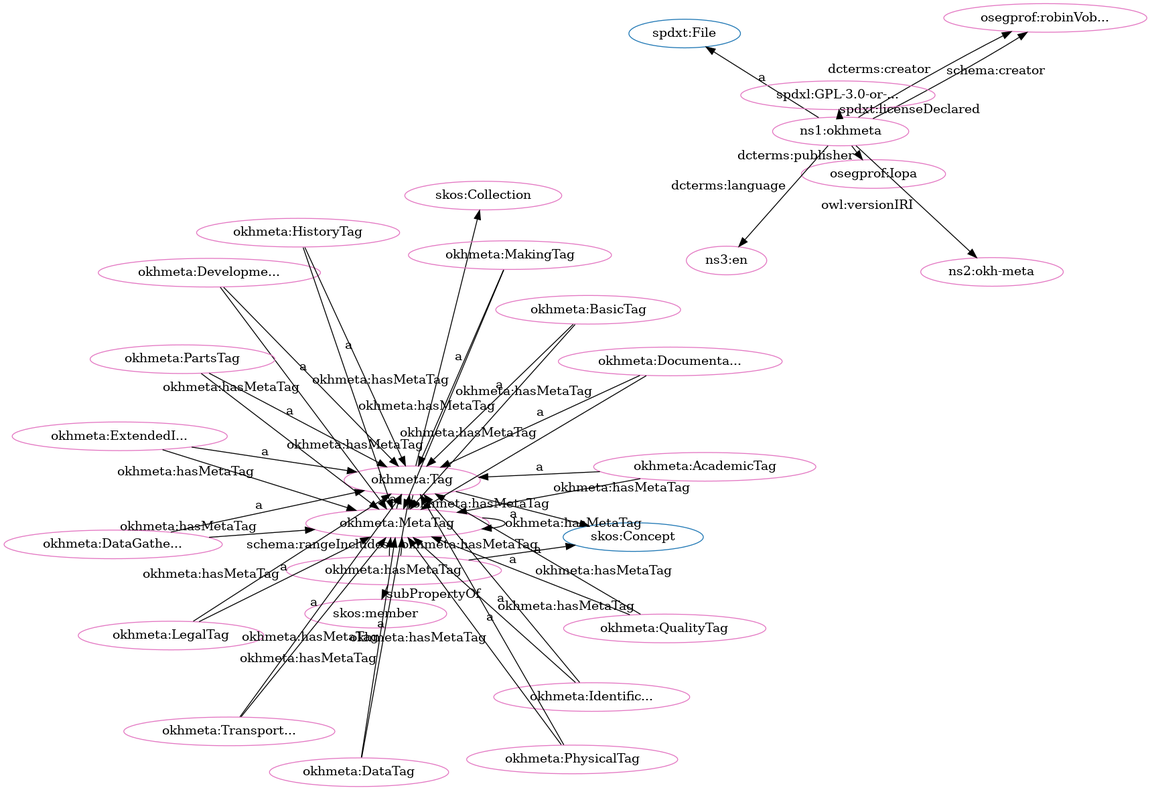
Earlier version of the Graphviz export src/spec/dot_okh-meta-clean.png (iop-alliance/OpenKnowHow). Its source is kept beside it as src/spec/dot_okh-meta-clean.dot.
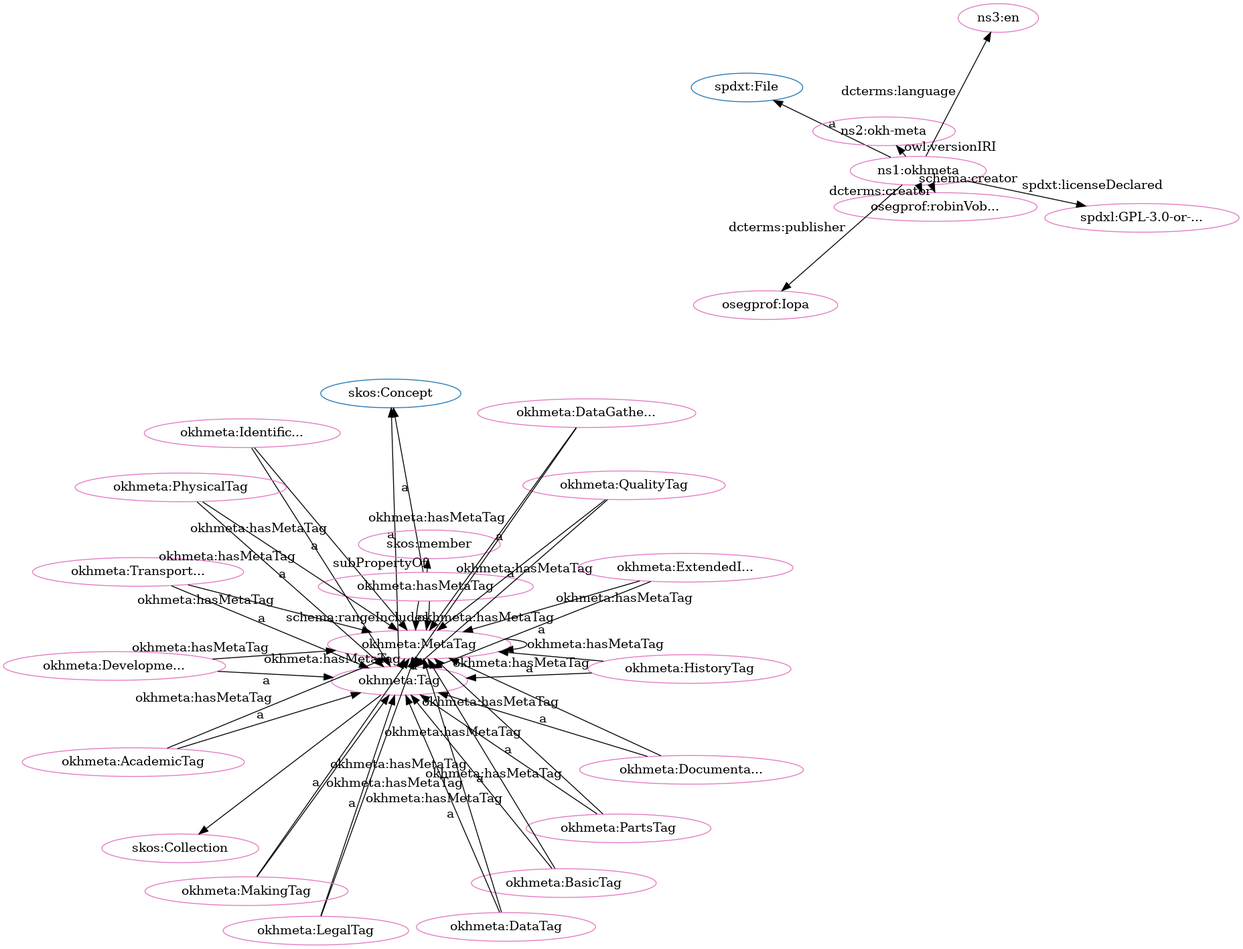
Later version of the same file.

Diff of the diagram source:
```diff
@@ -1,81 +1,81 @@
 digraph G {
   rankdir=BT
   node[height=.3]
+"https://w3id.org/oseg/ont/okhmeta#Tag" [fillcolor="#1f77b4" color="#1f77b4" label="okhmeta:Tag"]
+"https://w3id.org/oseg/ont/okhmeta#MetaTag" [fillcolor="#1f77b4" color="#1f77b4" label="okhmeta:MetaTag"]
+"http://www.w3.org/2004/02/skos/core#Collection" [fillcolor="#1f77b4" color="#1f77b4" label="skos:Collection"]
+"http://www.w3.org/2004/02/skos/core#Concept" [fillcolor="#1f77b4" color="#1f77b4" label="skos:Concept"]
 "http://spdx.org/rdf/terms#File" [fillcolor="#1f77b4" color="#1f77b4" label="spdxt:File"]
-"https://w3id.org/oseg/ont/okhmeta#Tag" [fillcolor="#1f77b4" color="#1f77b4" label="okhmeta:Tag"]
-"http://www.w3.org/2004/02/skos/core#Collection" [fillcolor="#1f77b4" color="#1f77b4" label="skos:Collection"]
-"https://w3id.org/oseg/ont/okhmeta#MetaTag" [fillcolor="#1f77b4" color="#1f77b4" label="okhmeta:MetaTag"]
-"http://www.w3.org/2004/02/skos/core#Concept" [fillcolor="#1f77b4" color="#1f77b4" label="skos:Concept"]
+"https://w3id.org/oseg/ont/oseg-profiles#robinVobruba" [fillcolor="#e377c2" color="#e377c2" label="osegprof:robinVob..."]
+"https://w3id.org/oseg/ont/okhmeta" [fillcolor="#e377c2" color="#e377c2" label="ns1:okhmeta"]
+"https://w3id.org/oseg/ont/okhmeta#MetaTag" [fillcolor="#e377c2" color="#e377c2" label="okhmeta:MetaTag"]
+"https://w3id.org/oseg/ont/okhmeta#PartsTag" [fillcolor="#e377c2" color="#e377c2" label="okhmeta:PartsTag"]
+"https://w3id.org/oseg/ont/okhmeta#LegalTag" [fillcolor="#e377c2" color="#e377c2" label="okhmeta:LegalTag"]
+"https://w3id.org/oseg/ont/okhmeta#MakingTag" [fillcolor="#e377c2" color="#e377c2" label="okhmeta:MakingTag"]
+"https://w3id.org/oseg/ont/1.1.0/okh-meta" [fillcolor="#e377c2" color="#e377c2" label="ns2:okh-meta"]
 "https://w3id.org/oseg/ont/okhmeta#BasicTag" [fillcolor="#e377c2" color="#e377c2" label="okhmeta:BasicTag"]
-"https://w3id.org/oseg/ont/okhmeta#MetaTag" [fillcolor="#e377c2" color="#e377c2" label="okhmeta:MetaTag"]
+"https://w3id.org/oseg/ont/okhmeta#IdentificationTag" [fillcolor="#e377c2" color="#e377c2" label="okhmeta:Identific..."]
+"https://w3id.org/oseg/ont/okhmeta#AcademicTag" [fillcolor="#e377c2" color="#e377c2" label="okhmeta:AcademicTag"]
+"https://w3id.org/oseg/ont/okhmeta#HistoryTag" [fillcolor="#e377c2" color="#e377c2" label="okhmeta:HistoryTag"]
+"http://www.w3.org/2004/02/skos/core#Collection" [fillcolor="#e377c2" color="#e377c2" label="skos:Collection"]
+"https://w3id.org/oseg/ont/okhmeta#Tag" [fillcolor="#e377c2" color="#e377c2" label="okhmeta:Tag"]
+"https://spdx.org/licenses/GPL-3.0-or-later" [fillcolor="#e377c2" color="#e377c2" label="spdxl:GPL-3.0-or-..."]
+"https://w3id.org/oseg/ont/okhmeta#TransportationTag" [fillcolor="#e377c2" color="#e377c2" label="okhmeta:Transport..."]
+"https://w3id.org/oseg/ont/okhmeta#hasMetaTag" [fillcolor="#e377c2" color="#e377c2" label="okhmeta:hasMetaTag"]
 "https://w3id.org/oseg/ont/okhmeta#ExtendedInfoTag" [fillcolor="#e377c2" color="#e377c2" label="okhmeta:ExtendedI..."]
+"http://www.w3.org/2004/02/skos/core#member" [fillcolor="#e377c2" color="#e377c2" label="skos:member"]
+"https://w3id.org/oseg/ont/okhmeta#DocumentationTag" [fillcolor="#e377c2" color="#e377c2" label="okhmeta:Documenta..."]
+"https://w3id.org/oseg/ont/okhmeta#DataTag" [fillcolor="#e377c2" color="#e377c2" label="okhmeta:DataTag"]
+"http://id.loc.gov/vocabulary/iso639-1/en" [fillcolor="#e377c2" color="#e377c2" label="ns3:en"]
+"https://w3id.org/oseg/ont/okhmeta#PhysicalTag" [fillcolor="#e377c2" color="#e377c2" label="okhmeta:PhysicalTag"]
+"https://w3id.org/oseg/ont/oseg-profiles#Iopa" [fillcolor="#e377c2" color="#e377c2" label="osegprof:Iopa"]
 "https://w3id.org/oseg/ont/okhmeta#DevelopmentTag" [fillcolor="#e377c2" color="#e377c2" label="okhmeta:Developme..."]
 "https://w3id.org/oseg/ont/okhmeta#QualityTag" [fillcolor="#e377c2" color="#e377c2" label="okhmeta:QualityTag"]
-"https://w3id.org/oseg/ont/oseg-profiles#robinVobruba" [fillcolor="#e377c2" color="#e377c2" label="osegprof:robinVob..."]
-"https://w3id.org/oseg/ont/okhmeta#hasMetaTag" [fillcolor="#e377c2" color="#e377c2" label="okhmeta:hasMetaTag"]
-"https://w3id.org/oseg/ont/okhmeta#IdentificationTag" [fillcolor="#e377c2" color="#e377c2" label="okhmeta:Identific..."]
-"https://w3id.org/oseg/ont/okhmeta#PhysicalTag" [fillcolor="#e377c2" color="#e377c2" label="okhmeta:PhysicalTag"]
-"https://w3id.org/oseg/ont/okhmeta#HistoryTag" [fillcolor="#e377c2" color="#e377c2" label="okhmeta:HistoryTag"]
-"https://w3id.org/oseg/ont/okhmeta#MakingTag" [fillcolor="#e377c2" color="#e377c2" label="okhmeta:MakingTag"]
-"https://w3id.org/oseg/ont/okhmeta#DocumentationTag" [fillcolor="#e377c2" color="#e377c2" label="okhmeta:Documenta..."]
-"https://w3id.org/oseg/ont/oseg-profiles#Iopa" [fillcolor="#e377c2" color="#e377c2" label="osegprof:Iopa"]
 "https://w3id.org/oseg/ont/okhmeta#DataGatheringTag" [fillcolor="#e377c2" color="#e377c2" label="okhmeta:DataGathe..."]
-"http://www.w3.org/2004/02/skos/core#Collection" [fillcolor="#e377c2" color="#e377c2" label="skos:Collection"]
-"https://w3id.org/oseg/ont/okhmeta#Tag" [fillcolor="#e377c2" color="#e377c2" label="okhmeta:Tag"]
-"http://www.w3.org/2004/02/skos/core#member" [fillcolor="#e377c2" color="#e377c2" label="skos:member"]
-"https://w3id.org/oseg/ont/okhmeta#LegalTag" [fillcolor="#e377c2" color="#e377c2" label="okhmeta:LegalTag"]
-"https://w3id.org/oseg/ont/okhmeta" [fillcolor="#e377c2" color="#e377c2" label="ns1:okhmeta"]
-"https://w3id.org/oseg/ont/okhmeta#TransportationTag" [fillcolor="#e377c2" color="#e377c2" label="okhmeta:Transport..."]
-"https://w3id.org/oseg/ont/1.1.0/okh-meta" [fillcolor="#e377c2" color="#e377c2" label="ns2:okh-meta"]
-"https://w3id.org/oseg/ont/okhmeta#DataTag" [fillcolor="#e377c2" color="#e377c2" label="okhmeta:DataTag"]
-"https://spdx.org/licenses/GPL-3.0-or-later" [fillcolor="#e377c2" color="#e377c2" label="spdxl:GPL-3.0-or-..."]
-"https://w3id.org/oseg/ont/okhmeta#PartsTag" [fillcolor="#e377c2" color="#e377c2" label="okhmeta:PartsTag"]
-"https://w3id.org/oseg/ont/okhmeta#AcademicTag" [fillcolor="#e377c2" color="#e377c2" label="okhmeta:AcademicTag"]
-"http://id.loc.gov/vocabulary/iso639-1/en" [fillcolor="#e377c2" color="#e377c2" label="ns3:en"]
+  "https://w3id.org/oseg/ont/okhmeta" -> "https://w3id.org/oseg/ont/oseg-profiles#robinVobruba" [label="dcterms:creator"]
+  "https://w3id.org/oseg/ont/okhmeta#MetaTag" -> "https://w3id.org/oseg/ont/okhmeta#MetaTag" [label="okhmeta:hasMetaTag"]
+  "https://w3id.org/oseg/ont/okhmeta#ExtendedInfoTag" -> "https://w3id.org/oseg/ont/okhmeta#MetaTag" [label="okhmeta:hasMetaTag"]
+  "https://w3id.org/oseg/ont/okhmeta" -> "https://w3id.org/oseg/ont/1.1.0/okh-meta" [label="owl:versionIRI"]
+  "https://w3id.org/oseg/ont/okhmeta#hasMetaTag" -> "https://w3id.org/oseg/ont/okhmeta#MetaTag" [label="schema:rangeIncludes"]
   "https://w3id.org/oseg/ont/okhmeta#BasicTag" -> "https://w3id.org/oseg/ont/okhmeta#Tag" [label="a"]
+  "https://w3id.org/oseg/ont/okhmeta#IdentificationTag" -> "https://w3id.org/oseg/ont/okhmeta#Tag" [label="a"]
+  "https://w3id.org/oseg/ont/okhmeta#hasMetaTag" -> "https://w3id.org/oseg/ont/okhmeta#MetaTag" [label="okhmeta:hasMetaTag"]
+  "https://w3id.org/oseg/ont/okhmeta#DataTag" -> "https://w3id.org/oseg/ont/okhmeta#MetaTag" [label="okhmeta:hasMetaTag"]
+  "https://w3id.org/oseg/ont/okhmeta#HistoryTag" -> "https://w3id.org/oseg/ont/okhmeta#Tag" [label="a"]
+  "https://w3id.org/oseg/ont/okhmeta" -> "https://spdx.org/licenses/GPL-3.0-or-later" [label="spdxt:licenseDeclared"]
+  "https://w3id.org/oseg/ont/okhmeta#TransportationTag" -> "https://w3id.org/oseg/ont/okhmeta#Tag" [label="a"]
+  "https://w3id.org/oseg/ont/okhmeta#DevelopmentTag" -> "https://w3id.org/oseg/ont/okhmeta#MetaTag" [label="okhmeta:hasMetaTag"]
+  "https://w3id.org/oseg/ont/okhmeta#DataGatheringTag" -> "https://w3id.org/oseg/ont/okhmeta#MetaTag" [label="okhmeta:hasMetaTag"]
+  "https://w3id.org/oseg/ont/okhmeta#HistoryTag" -> "https://w3id.org/oseg/ont/okhmeta#MetaTag" [label="okhmeta:hasMetaTag"]
+  "https://w3id.org/oseg/ont/okhmeta#DocumentationTag" -> "https://w3id.org/oseg/ont/okhmeta#Tag" [label="a"]
+  "https://w3id.org/oseg/ont/okhmeta#TransportationTag" -> "https://w3id.org/oseg/ont/okhmeta#MetaTag" [label="okhmeta:hasMetaTag"]
+  "https://w3id.org/oseg/ont/okhmeta#Tag" -> "https://w3id.org/oseg/ont/okhmeta#MetaTag" [label="okhmeta:hasMetaTag"]
+  "https://w3id.org/oseg/ont/okhmeta#LegalTag" -> "https://w3id.org/oseg/ont/okhmeta#MetaTag" [label="okhmeta:hasMetaTag"]
+  "https://w3id.org/oseg/ont/okhmeta#PhysicalTag" -> "https://w3id.org/oseg/ont/okhmeta#Tag" [label="a"]
+  "https://w3id.org/oseg/ont/okhmeta" -> "http://id.loc.gov/vocabulary/iso639-1/en" [label="dcterms:language"]
+  "https://w3id.org/oseg/ont/okhmeta" -> "https://w3id.org/oseg/ont/oseg-profiles#Iopa" [label="dcterms:publisher"]
+  "https://w3id.org/oseg/ont/okhmeta#BasicTag" -> "https://w3id.org/oseg/ont/okhmeta#MetaTag" [label="okhmeta:hasMetaTag"]
+  "https://w3id.org/oseg/ont/okhmeta#QualityTag" -> "https://w3id.org/oseg/ont/okhmeta#Tag" [label="a"]
+  "https://w3id.org/oseg/ont/okhmeta#AcademicTag" -> "https://w3id.org/oseg/ont/okhmeta#MetaTag" [label="okhmeta:hasMetaTag"]
+  "https://w3id.org/oseg/ont/okhmeta#QualityTag" -> "https://w3id.org/oseg/ont/okhmeta#MetaTag" [label="okhmeta:hasMetaTag"]
+  "https://w3id.org/oseg/ont/okhmeta#PartsTag" -> "https://w3id.org/oseg/ont/okhmeta#Tag" [label="a"]
+  "https://w3id.org/oseg/ont/okhmeta#LegalTag" -> "https://w3id.org/oseg/ont/okhmeta#Tag" [label="a"]
+  "https://w3id.org/oseg/ont/okhmeta#MakingTag" -> "https://w3id.org/oseg/ont/okhmeta#Tag" [label="a"]
+  "https://w3id.org/oseg/ont/okhmeta" -> "https://w3id.org/oseg/ont/oseg-profiles#robinVobruba" [label="schema:creator"]
+  "https://w3id.org/oseg/ont/okhmeta#AcademicTag" -> "https://w3id.org/oseg/ont/okhmeta#Tag" [label="a"]
+  "https://w3id.org/oseg/ont/okhmeta#DocumentationTag" -> "https://w3id.org/oseg/ont/okhmeta#MetaTag" [label="okhmeta:hasMetaTag"]
+  "https://w3id.org/oseg/ont/okhmeta#PartsTag" -> "https://w3id.org/oseg/ont/okhmeta#MetaTag" [label="okhmeta:hasMetaTag"]
+  "https://w3id.org/oseg/ont/okhmeta#MakingTag" -> "https://w3id.org/oseg/ont/okhmeta#MetaTag" [label="okhmeta:hasMetaTag"]
+  "https://w3id.org/oseg/ont/okhmeta#Tag" -> "http://www.w3.org/2004/02/skos/core#Collection" [label=""]
+  "https://w3id.org/oseg/ont/okhmeta#Tag" -> "http://www.w3.org/2004/02/skos/core#Concept" [label="a"]
+  "https://w3id.org/oseg/ont/okhmeta#PhysicalTag" -> "https://w3id.org/oseg/ont/okhmeta#MetaTag" [label="okhmeta:hasMetaTag"]
+  "https://w3id.org/oseg/ont/okhmeta#hasMetaTag" -> "http://www.w3.org/2004/02/skos/core#Concept" [label="a"]
+  "https://w3id.org/oseg/ont/okhmeta" -> "http://spdx.org/rdf/terms#File" [label="a"]
+  "https://w3id.org/oseg/ont/okhmeta#MetaTag" -> "https://w3id.org/oseg/ont/okhmeta#Tag" [label="a"]
   "https://w3id.org/oseg/ont/okhmeta#ExtendedInfoTag" -> "https://w3id.org/oseg/ont/okhmeta#Tag" [label="a"]
-  "https://w3id.org/oseg/ont/okhmeta#hasMetaTag" -> "https://w3id.org/oseg/ont/okhmeta#MetaTag" [label="schema:rangeIncludes"]
-  "https://w3id.org/oseg/ont/okhmeta#MetaTag" -> "https://w3id.org/oseg/ont/okhmeta#Tag" [label="a"]
-  "https://w3id.org/oseg/ont/okhmeta" -> "https://w3id.org/oseg/ont/oseg-profiles#robinVobruba" [label="dcterms:creator"]
-  "https://w3id.org/oseg/ont/okhmeta#IdentificationTag" -> "https://w3id.org/oseg/ont/okhmeta#Tag" [label="a"]
-  "https://w3id.org/oseg/ont/okhmeta#HistoryTag" -> "https://w3id.org/oseg/ont/okhmeta#Tag" [label="a"]
-  "https://w3id.org/oseg/ont/okhmeta#DevelopmentTag" -> "https://w3id.org/oseg/ont/okhmeta#MetaTag" [label="okhmeta:hasMetaTag"]
-  "https://w3id.org/oseg/ont/okhmeta#QualityTag" -> "https://w3id.org/oseg/ont/okhmeta#MetaTag" [label="okhmeta:hasMetaTag"]
-  "https://w3id.org/oseg/ont/okhmeta#AcademicTag" -> "https://w3id.org/oseg/ont/okhmeta#MetaTag" [label="okhmeta:hasMetaTag"]
-  "https://w3id.org/oseg/ont/okhmeta#DocumentationTag" -> "https://w3id.org/oseg/ont/okhmeta#Tag" [label="a"]
-  "https://w3id.org/oseg/ont/okhmeta#ExtendedInfoTag" -> "https://w3id.org/oseg/ont/okhmeta#MetaTag" [label="okhmeta:hasMetaTag"]
-  "https://w3id.org/oseg/ont/okhmeta#Tag" -> "http://www.w3.org/2004/02/skos/core#Collection" [label=""]
   "https://w3id.org/oseg/ont/okhmeta#hasMetaTag" -> "http://www.w3.org/2004/02/skos/core#member" [label="subPropertyOf"]
-  "https://w3id.org/oseg/ont/okhmeta#LegalTag" -> "https://w3id.org/oseg/ont/okhmeta#Tag" [label="a"]
-  "https://w3id.org/oseg/ont/okhmeta#DataGatheringTag" -> "https://w3id.org/oseg/ont/okhmeta#MetaTag" [label="okhmeta:hasMetaTag"]
-  "https://w3id.org/oseg/ont/okhmeta#MetaTag" -> "https://w3id.org/oseg/ont/okhmeta#MetaTag" [label="okhmeta:hasMetaTag"]
-  "https://w3id.org/oseg/ont/okhmeta" -> "https://w3id.org/oseg/ont/1.1.0/okh-meta" [label="owl:versionIRI"]
   "https://w3id.org/oseg/ont/okhmeta#DataTag" -> "https://w3id.org/oseg/ont/okhmeta#Tag" [label="a"]
-  "https://w3id.org/oseg/ont/okhmeta#LegalTag" -> "https://w3id.org/oseg/ont/okhmeta#MetaTag" [label="okhmeta:hasMetaTag"]
-  "https://w3id.org/oseg/ont/okhmeta#TransportationTag" -> "https://w3id.org/oseg/ont/okhmeta#MetaTag" [label="okhmeta:hasMetaTag"]
-  "https://w3id.org/oseg/ont/okhmeta#DataTag" -> "https://w3id.org/oseg/ont/okhmeta#MetaTag" [label="okhmeta:hasMetaTag"]
-  "https://w3id.org/oseg/ont/okhmeta" -> "http://id.loc.gov/vocabulary/iso639-1/en" [label="dcterms:language"]
-  "https://w3id.org/oseg/ont/okhmeta#PartsTag" -> "https://w3id.org/oseg/ont/okhmeta#MetaTag" [label="okhmeta:hasMetaTag"]
-  "https://w3id.org/oseg/ont/okhmeta#HistoryTag" -> "https://w3id.org/oseg/ont/okhmeta#MetaTag" [label="okhmeta:hasMetaTag"]
-  "https://w3id.org/oseg/ont/okhmeta#PhysicalTag" -> "https://w3id.org/oseg/ont/okhmeta#MetaTag" [label="okhmeta:hasMetaTag"]
-  "https://w3id.org/oseg/ont/okhmeta#MakingTag" -> "https://w3id.org/oseg/ont/okhmeta#MetaTag" [label="okhmeta:hasMetaTag"]
+  "https://w3id.org/oseg/ont/okhmeta#IdentificationTag" -> "https://w3id.org/oseg/ont/okhmeta#MetaTag" [label="okhmeta:hasMetaTag"]
   "https://w3id.org/oseg/ont/okhmeta#DevelopmentTag" -> "https://w3id.org/oseg/ont/okhmeta#Tag" [label="a"]
-  "https://w3id.org/oseg/ont/okhmeta#QualityTag" -> "https://w3id.org/oseg/ont/okhmeta#Tag" [label="a"]
-  "https://w3id.org/oseg/ont/okhmeta#PhysicalTag" -> "https://w3id.org/oseg/ont/okhmeta#Tag" [label="a"]
-  "https://w3id.org/oseg/ont/okhmeta#MakingTag" -> "https://w3id.org/oseg/ont/okhmeta#Tag" [label="a"]
-  "https://w3id.org/oseg/ont/okhmeta#hasMetaTag" -> "http://www.w3.org/2004/02/skos/core#Concept" [label="a"]
-  "https://w3id.org/oseg/ont/okhmeta#IdentificationTag" -> "https://w3id.org/oseg/ont/okhmeta#MetaTag" [label="okhmeta:hasMetaTag"]
-  "https://w3id.org/oseg/ont/okhmeta" -> "https://w3id.org/oseg/ont/oseg-profiles#Iopa" [label="dcterms:publisher"]
   "https://w3id.org/oseg/ont/okhmeta#DataGatheringTag" -> "https://w3id.org/oseg/ont/okhmeta#Tag" [label="a"]
-  "https://w3id.org/oseg/ont/okhmeta#Tag" -> "http://www.w3.org/2004/02/skos/core#Concept" [label="a"]
-  "https://w3id.org/oseg/ont/okhmeta#BasicTag" -> "https://w3id.org/oseg/ont/okhmeta#MetaTag" [label="okhmeta:hasMetaTag"]
-  "https://w3id.org/oseg/ont/okhmeta" -> "http://spdx.org/rdf/terms#File" [label="a"]
-  "https://w3id.org/oseg/ont/okhmeta#TransportationTag" -> "https://w3id.org/oseg/ont/okhmeta#Tag" [label="a"]
-  "https://w3id.org/oseg/ont/okhmeta#hasMetaTag" -> "https://w3id.org/oseg/ont/okhmeta#MetaTag" [label="okhmeta:hasMetaTag"]
-  "https://w3id.org/oseg/ont/okhmeta#DocumentationTag" -> "https://w3id.org/oseg/ont/okhmeta#MetaTag" [label="okhmeta:hasMetaTag"]
-  "https://w3id.org/oseg/ont/okhmeta" -> "https://spdx.org/licenses/GPL-3.0-or-later" [label="spdxt:licenseDeclared"]
-  "https://w3id.org/oseg/ont/okhmeta#Tag" -> "https://w3id.org/oseg/ont/okhmeta#MetaTag" [label="okhmeta:hasMetaTag"]
-  "https://w3id.org/oseg/ont/okhmeta#PartsTag" -> "https://w3id.org/oseg/ont/okhmeta#Tag" [label="a"]
-  "https://w3id.org/oseg/ont/okhmeta#AcademicTag" -> "https://w3id.org/oseg/ont/okhmeta#Tag" [label="a"]
-  "https://w3id.org/oseg/ont/okhmeta" -> "https://w3id.org/oseg/ont/oseg-profiles#robinVobruba" [label="schema:creator"]
 }
```
